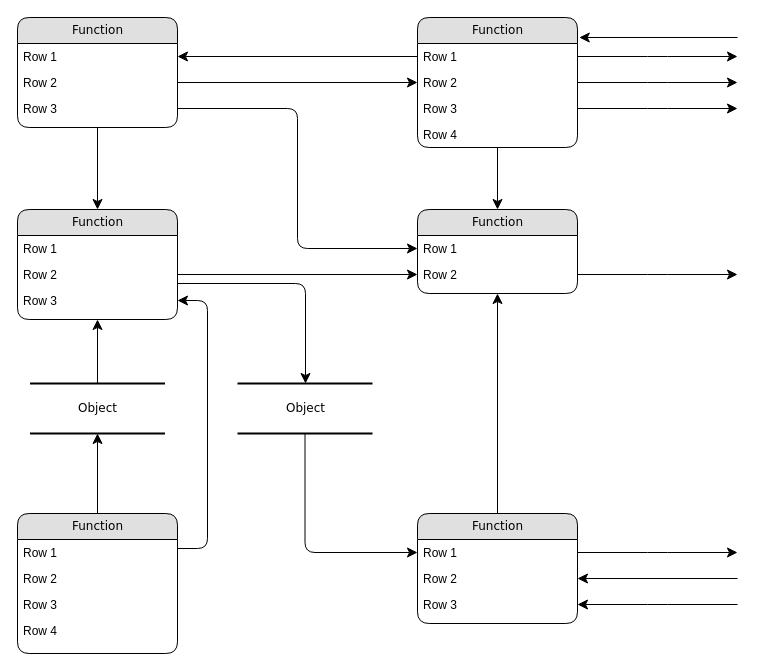
Above: data flow.drawio in Tianqi-Yao/yao-app-web (draw.io), before the change. Source tidied: cells renumbered, new cells numbered last; positions are measured from the earlier drawing's top-left corner, leaving out a move shared by most shapes. Both pictures are drawn from the tidied source at 100%, with x=0, y=0 at pixel (17, 17).
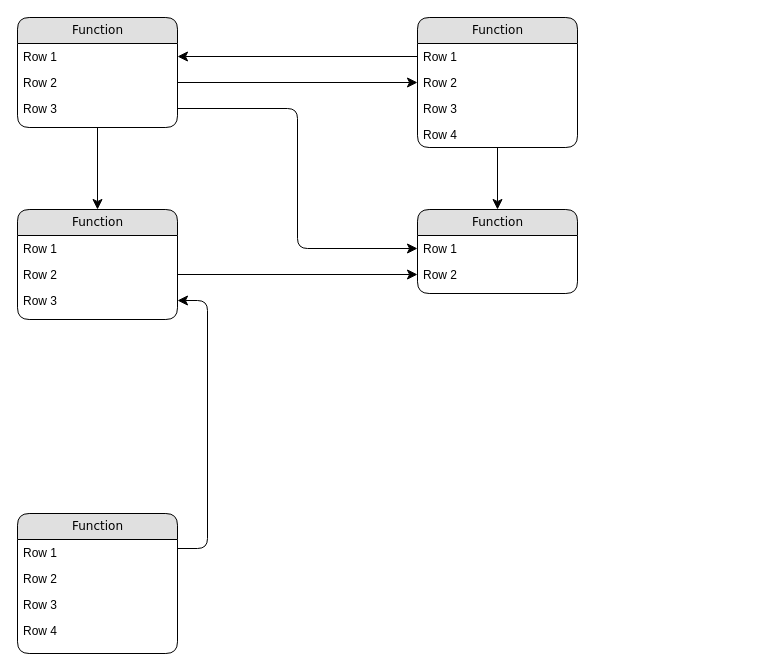
Above is the later version.

Unchanged cells that the change refers to:
```xml
<mxCell id="7" value="Function" style="swimlane;html=1;fontStyle=0;horizontal=1;startSize=26;fillColor=#e0e0e0;swimlaneFillColor=#ffffff;align=center;rounded=1;shadow=0;comic=0;labelBackgroundColor=none;strokeWidth=1;fontFamily=Verdana;fontSize=12;" parent="1" vertex="1">
  <mxGeometry x="400" width="160" height="130" as="geometry" />
</mxCell>
<mxCell id="8" value="Row 1" style="text;html=1;strokeColor=none;fillColor=none;spacingLeft=4;spacingRight=4;whiteSpace=wrap;overflow=hidden;points=[[0,0.5],[1,0.5]];portConstraint=eastwest;" parent="7" vertex="1">
  <mxGeometry y="26" width="160" height="26" as="geometry" />
</mxCell>
<mxCell id="9" value="Row 2" style="text;html=1;strokeColor=none;fillColor=none;spacingLeft=4;spacingRight=4;whiteSpace=wrap;overflow=hidden;points=[[0,0.5],[1,0.5]];portConstraint=eastwest;" parent="7" vertex="1">
  <mxGeometry y="52" width="160" height="26" as="geometry" />
</mxCell>
<mxCell id="10" value="Row 3" style="text;html=1;strokeColor=none;fillColor=none;spacingLeft=4;spacingRight=4;whiteSpace=wrap;overflow=hidden;points=[[0,0.5],[1,0.5]];portConstraint=eastwest;" parent="7" vertex="1">
  <mxGeometry y="78" width="160" height="26" as="geometry" />
</mxCell>
<mxCell id="12" value="Function" style="swimlane;html=1;fontStyle=0;horizontal=1;startSize=26;fillColor=#e0e0e0;swimlaneFillColor=#ffffff;align=center;rounded=1;shadow=0;comic=0;labelBackgroundColor=none;strokeWidth=1;fontFamily=Verdana;fontSize=12;" parent="1" vertex="1">
  <mxGeometry y="192" width="160" height="110" as="geometry" />
</mxCell>
<mxCell id="16" value="Function" style="swimlane;html=1;fontStyle=0;horizontal=1;startSize=26;fillColor=#e0e0e0;swimlaneFillColor=#ffffff;align=center;rounded=1;shadow=0;comic=0;labelBackgroundColor=none;strokeWidth=1;fontFamily=Verdana;fontSize=12;" parent="1" vertex="1">
  <mxGeometry y="496" width="160" height="140" as="geometry" />
</mxCell>
<mxCell id="21" value="Function" style="swimlane;html=1;fontStyle=0;horizontal=1;startSize=26;fillColor=#e0e0e0;swimlaneFillColor=#ffffff;align=center;rounded=1;shadow=0;comic=0;labelBackgroundColor=none;strokeWidth=1;fontFamily=Verdana;fontSize=12;" parent="1" vertex="1">
  <mxGeometry x="400" y="192" width="160" height="84" as="geometry" />
</mxCell>
<mxCell id="23" value="Row 2" style="text;html=1;strokeColor=none;fillColor=none;spacingLeft=4;spacingRight=4;whiteSpace=wrap;overflow=hidden;points=[[0,0.5],[1,0.5]];portConstraint=eastwest;" parent="21" vertex="1">
  <mxGeometry y="52" width="160" height="26" as="geometry" />
</mxCell>
```

What changed in the source:
```diff
@@
-    <mxCell id="2" value="Object" style="html=1;rounded=0;shadow=0;comic=0;labelBackgroundColor=none;strokeWidth=2;fontFamily=Verdana;fontSize=12;align=center;shape=mxgraph.ios7ui.horLines;" parent="1" vertex="1">
-      <mxGeometry x="12.5" y="366" width="135" height="50" as="geometry" />
-    </mxCell>
@@
-    <mxCell id="24" value="Function" style="swimlane;html=1;fontStyle=0;horizontal=1;startSize=26;fillColor=#e0e0e0;swimlaneFillColor=#ffffff;align=center;rounded=1;shadow=0;comic=0;labelBackgroundColor=none;strokeWidth=1;fontFamily=Verdana;fontSize=12;" parent="1" vertex="1">
-      <mxGeometry x="400" y="496" width="160" height="110" as="geometry" />
-    </mxCell>
-    <mxCell id="25" value="Row 1" style="text;html=1;strokeColor=none;fillColor=none;spacingLeft=4;spacingRight=4;whiteSpace=wrap;overflow=hidden;points=[[0,0.5],[1,0.5]];portConstraint=eastwest;" parent="24" vertex="1">
-      <mxGeometry y="26" width="160" height="26" as="geometry" />
-    </mxCell>
-    <mxCell id="26" value="Row 2" style="text;html=1;strokeColor=none;fillColor=none;spacingLeft=4;spacingRight=4;whiteSpace=wrap;overflow=hidden;points=[[0,0.5],[1,0.5]];portConstraint=eastwest;" parent="24" vertex="1">
-      <mxGeometry y="52" width="160" height="26" as="geometry" />
-    </mxCell>
-    <mxCell id="27" value="Row 3" style="text;html=1;strokeColor=none;fillColor=none;spacingLeft=4;spacingRight=4;whiteSpace=wrap;overflow=hidden;points=[[0,0.5],[1,0.5]];portConstraint=eastwest;" parent="24" vertex="1">
-      <mxGeometry y="78" width="160" height="26" as="geometry" />
-    </mxCell>
-    <mxCell id="28" value="Object" style="html=1;rounded=0;shadow=0;comic=0;labelBackgroundColor=none;strokeWidth=2;fontFamily=Verdana;fontSize=12;align=center;shape=mxgraph.ios7ui.horLines;" parent="1" vertex="1">
-      <mxGeometry x="220" y="366" width="135" height="50" as="geometry" />
-    </mxCell>
-    <mxCell id="29" style="edgeStyle=none;html=1;labelBackgroundColor=none;startFill=0;startSize=8;endFill=1;endSize=8;fontFamily=Verdana;fontSize=12;" parent="1" edge="1" source="16" target="2">
-      <mxGeometry relative="1" as="geometry" />
-    </mxCell>
-    <mxCell id="30" style="edgeStyle=none;html=1;labelBackgroundColor=none;startFill=0;startSize=8;endFill=1;endSize=8;fontFamily=Verdana;fontSize=12;" parent="1" edge="1" source="2" target="12">
-      <mxGeometry relative="1" as="geometry" />
-    </mxCell>
@@
-    <mxCell id="32" style="edgeStyle=orthogonalEdgeStyle;html=1;labelBackgroundColor=none;startFill=0;startSize=8;endFill=1;endSize=8;fontFamily=Verdana;fontSize=12;" parent="1" edge="1" source="28" target="25">
-      <mxGeometry x="-0.13" y="32" relative="1" as="geometry" />
-    </mxCell>
-    <mxCell id="33" style="edgeStyle=orthogonalEdgeStyle;html=1;labelBackgroundColor=none;startFill=0;startSize=8;endFill=1;endSize=8;fontFamily=Verdana;fontSize=12;" parent="1" edge="1" source="12" target="28">
-      <mxGeometry relative="1" as="geometry">
-        <Array as="points">
-          <mxPoint x="288" y="266" />
-        </Array>
-      </mxGeometry>
-    </mxCell>
@@
-    <mxCell id="35" style="edgeStyle=orthogonalEdgeStyle;html=1;labelBackgroundColor=none;startFill=0;startSize=8;endFill=1;endSize=8;fontFamily=Verdana;fontSize=12;" parent="1" edge="1" source="24" target="21">
-      <mxGeometry relative="1" as="geometry" />
-    </mxCell>
@@
-    <mxCell id="41" style="edgeStyle=orthogonalEdgeStyle;html=1;labelBackgroundColor=none;startFill=0;startSize=8;endFill=1;endSize=8;fontFamily=Verdana;fontSize=12;" parent="1" edge="1" source="23">
-      <mxGeometry relative="1" as="geometry">
-        <mxPoint x="720" y="257" as="targetPoint" />
-      </mxGeometry>
-    </mxCell>
-    <mxCell id="42" style="edgeStyle=orthogonalEdgeStyle;html=1;exitX=1;exitY=0.5;labelBackgroundColor=none;startFill=0;startSize=8;endFill=1;endSize=8;fontFamily=Verdana;fontSize=12;" parent="1" edge="1" source="25">
-      <mxGeometry relative="1" as="geometry">
-        <mxPoint x="720" y="535" as="targetPoint" />
-      </mxGeometry>
-    </mxCell>
-    <mxCell id="43" style="edgeStyle=orthogonalEdgeStyle;html=1;labelBackgroundColor=none;startFill=0;startSize=8;endFill=1;endSize=8;fontFamily=Verdana;fontSize=12;entryX=1;entryY=0.5;" parent="1" edge="1" target="26">
-      <mxGeometry relative="1" as="geometry">
-        <mxPoint x="720" y="561" as="sourcePoint" />
-        <Array as="points">
-          <mxPoint x="720" y="561" />
-        </Array>
-      </mxGeometry>
-    </mxCell>
-    <mxCell id="44" style="edgeStyle=orthogonalEdgeStyle;html=1;labelBackgroundColor=none;startFill=0;startSize=8;endFill=1;endSize=8;fontFamily=Verdana;fontSize=12;entryX=1;entryY=0.5;" parent="1" edge="1" target="27">
-      <mxGeometry relative="1" as="geometry">
-        <mxPoint x="720" y="587" as="sourcePoint" />
-        <Array as="points">
-          <mxPoint x="640" y="587" />
-          <mxPoint x="640" y="587" />
-        </Array>
-      </mxGeometry>
-    </mxCell>
-    <mxCell id="45" style="edgeStyle=orthogonalEdgeStyle;html=1;exitX=1;exitY=0.5;labelBackgroundColor=none;startFill=0;startSize=8;endFill=1;endSize=8;fontFamily=Verdana;fontSize=12;" parent="1" edge="1" source="8">
-      <mxGeometry relative="1" as="geometry">
-        <mxPoint x="720" y="39" as="targetPoint" />
-      </mxGeometry>
-    </mxCell>
-    <mxCell id="46" style="edgeStyle=orthogonalEdgeStyle;html=1;exitX=1;exitY=0.5;labelBackgroundColor=none;startFill=0;startSize=8;endFill=1;endSize=8;fontFamily=Verdana;fontSize=12;" parent="1" edge="1" source="9">
-      <mxGeometry relative="1" as="geometry">
-        <mxPoint x="720" y="65" as="targetPoint" />
-      </mxGeometry>
-    </mxCell>
-    <mxCell id="47" style="edgeStyle=orthogonalEdgeStyle;html=1;exitX=1;exitY=0.5;labelBackgroundColor=none;startFill=0;startSize=8;endFill=1;endSize=8;fontFamily=Verdana;fontSize=12;" parent="1" edge="1" source="10">
-      <mxGeometry relative="1" as="geometry">
-        <mxPoint x="720" y="91" as="targetPoint" />
-      </mxGeometry>
-    </mxCell>
-    <mxCell id="48" style="edgeStyle=elbowEdgeStyle;html=1;labelBackgroundColor=none;startFill=0;startSize=8;endFill=1;endSize=8;fontFamily=Verdana;fontSize=12;elbow=vertical;entryX=1.011;entryY=0.152;entryPerimeter=0;" parent="1" edge="1" target="7">
-      <mxGeometry relative="1" as="geometry">
-        <mxPoint x="720" y="20" as="sourcePoint" />
-        <Array as="points">
-          <mxPoint x="650" y="20" />
-        </Array>
-      </mxGeometry>
-    </mxCell>
```
